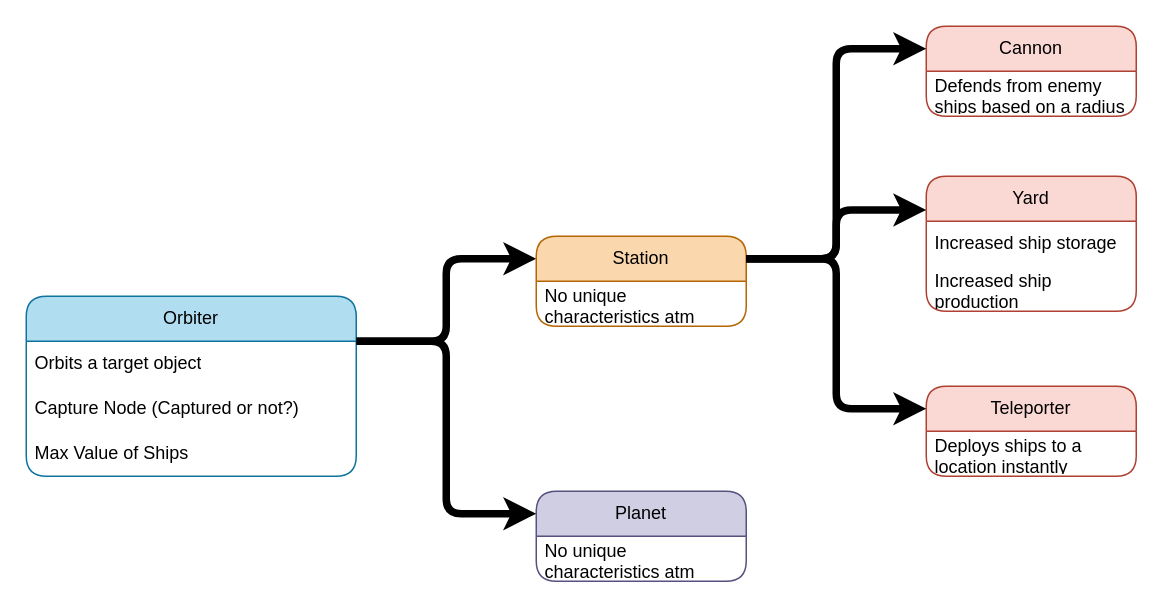
LtUdon/Orion_Project keeps this draw.io diagram as Diagrams.drawio. Above is the earlier version. Source tidied: cells renumbered, new cells numbered last; positions are measured from the earlier drawing's top-left corner, leaving out a move shared by most shapes. Both pictures are drawn from the tidied source at 150%, with x=0, y=0 at pixel (26, 26).
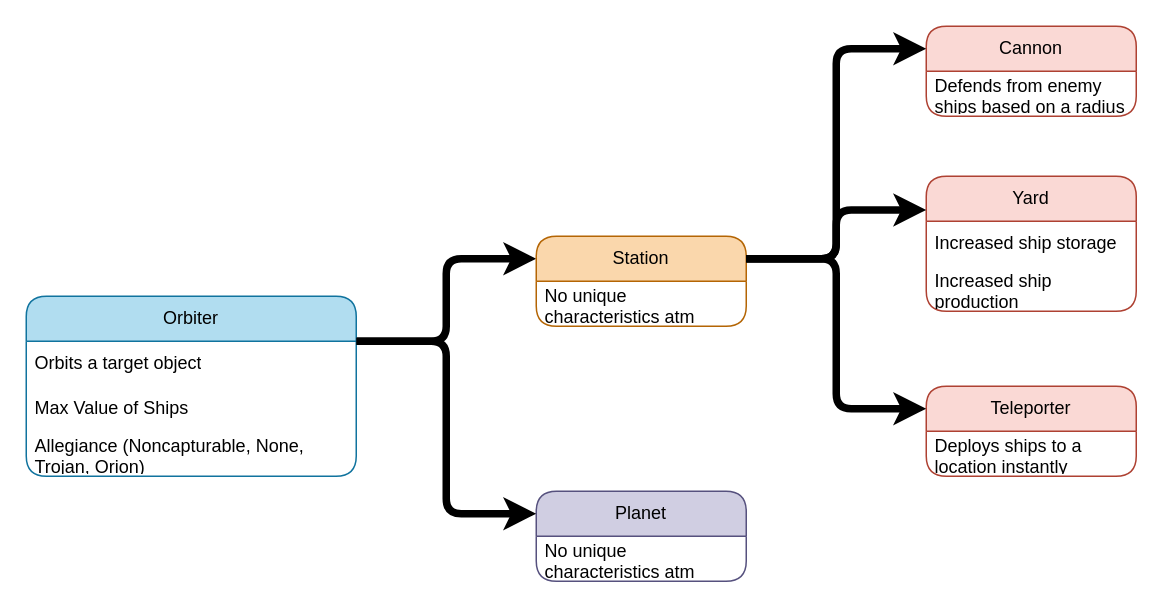
The same diagram, later.

Commit message (it also covers changes not shown here):
Allegiance types set

Unchanged cells that the change refers to:
```xml
<mxCell id="3" value="Orbiter" style="swimlane;fontStyle=0;horizontal=1;startSize=30;whiteSpace=wrap;html=1;rounded=1;shadow=0;fillColor=#B1DDF0;strokeColor=#10739e;fillStyle=auto;" parent="1" vertex="1">
  <mxGeometry y="180" width="220" height="120" as="geometry" />
</mxCell>
```

The edit, as a diff of the source:
```diff
@@
-    <mxCell id="5" value="Capture Node (Captured or not?)" style="text;strokeColor=none;fillColor=none;align=left;verticalAlign=middle;spacingLeft=4;spacingRight=4;overflow=hidden;whiteSpace=wrap;html=1;" parent="3" vertex="1">
-      <mxGeometry y="60" width="220" height="30" as="geometry" />
-    </mxCell>
     <mxCell id="6" value="Max Value of Ships" style="text;strokeColor=none;fillColor=none;align=left;verticalAlign=middle;spacingLeft=4;spacingRight=4;overflow=hidden;whiteSpace=wrap;html=1;" parent="3" vertex="1">
-      <mxGeometry y="90" width="220" height="30" as="geometry" />
+      <mxGeometry y="60" width="220" height="30" as="geometry" />
     </mxCell>
+    <mxCell id="23" value="Allegiance (Noncapturable, None, Trojan, Orion)" style="text;strokeColor=none;fillColor=none;align=left;verticalAlign=middle;spacingLeft=4;spacingRight=4;overflow=hidden;whiteSpace=wrap;html=1;" parent="3" vertex="1">
+      <mxGeometry y="90" width="220" height="30" as="geometry" />
+    </mxCell>
```
